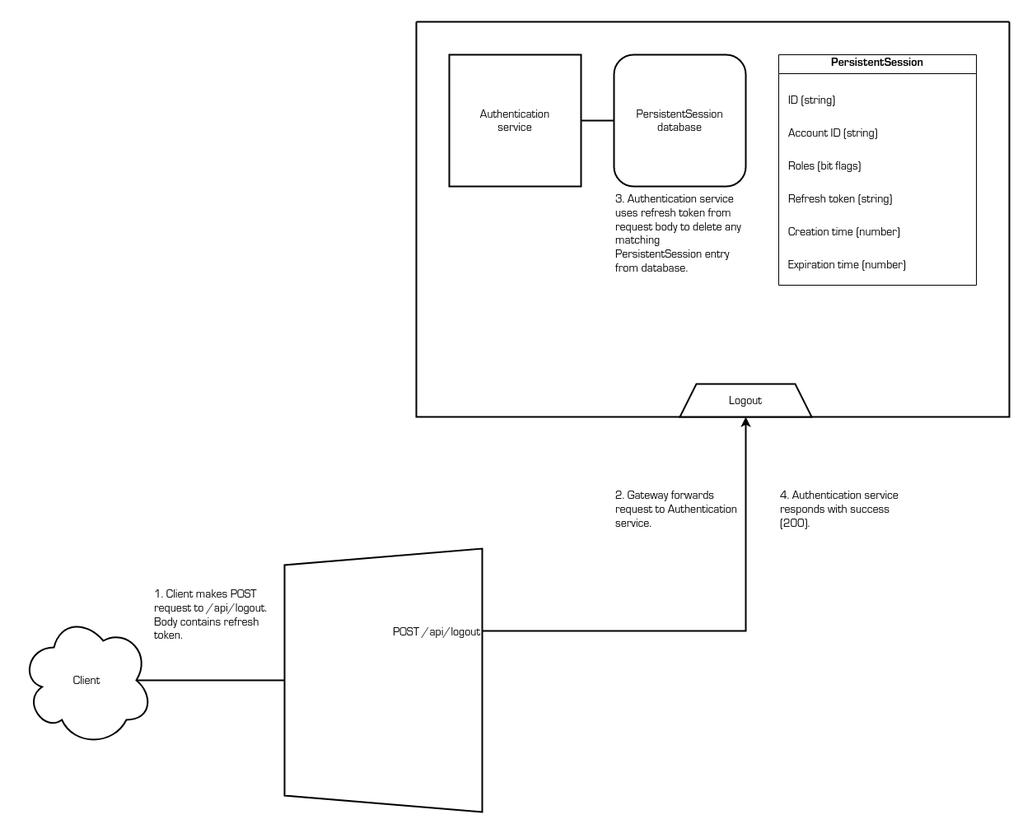
The draw.io diagram docs/logout-flow.png in shinhugh/base, before a commit. Source tidied: cells renumbered, new cells last; positions are measured from the earlier drawing's top-left corner, leaving out a move shared by most shapes.
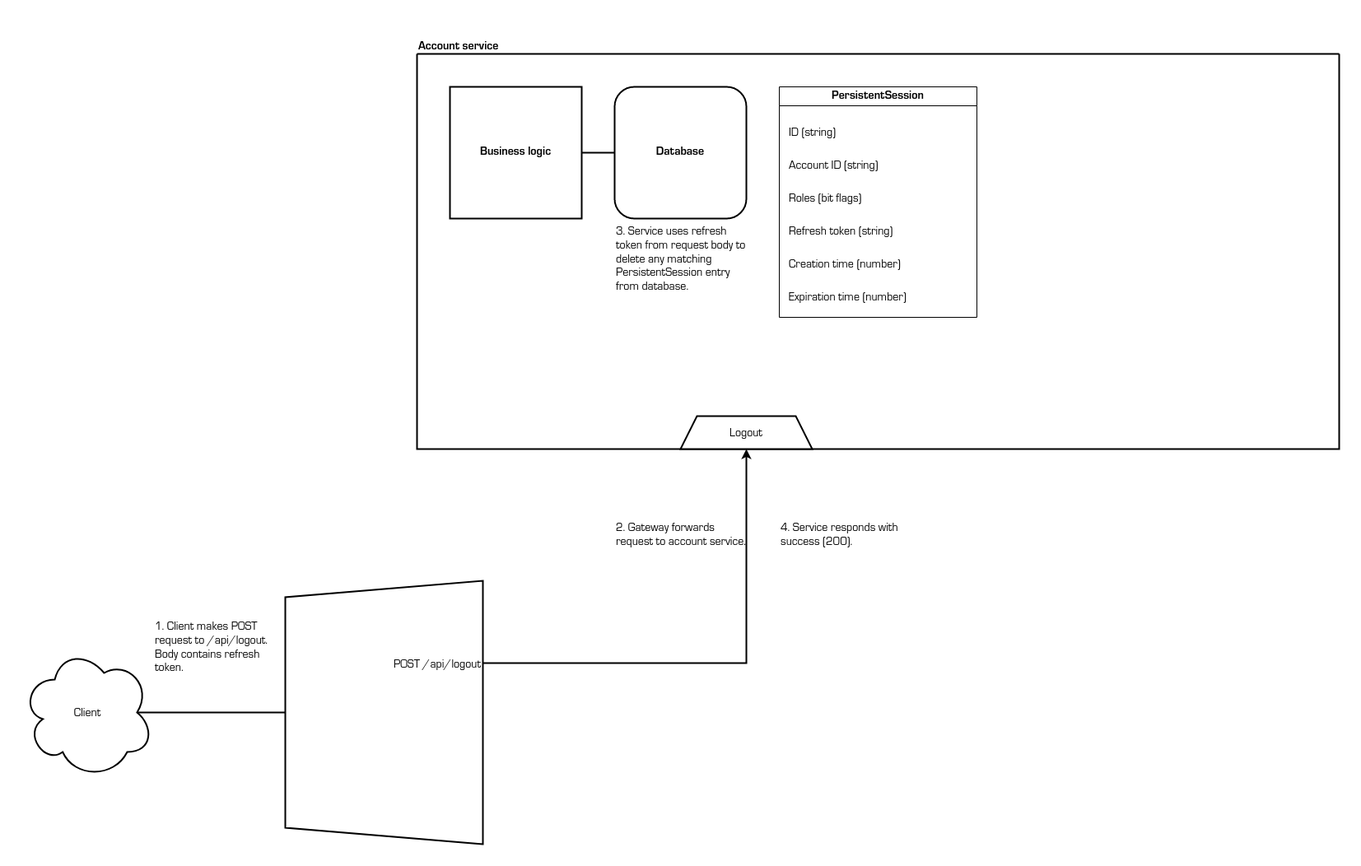
Later version of the same file.

Diff of the diagram source:
```diff
@@ -3,12 +3,12 @@
     <mxCell id="0" />
     <mxCell id="1" parent="0" />
     <mxCell id="2" style="swimlane;startSize=0;strokeWidth=2;" parent="1" vertex="1">
-      <mxGeometry x="480" width="720" height="480" as="geometry" />
+      <mxGeometry x="480" width="1120" height="480" as="geometry" />
     </mxCell>
-    <mxCell id="3" value="Authentication&#10;service" style="whiteSpace=wrap;strokeWidth=2;fontFamily=Lucida Console;fontSize=14;" parent="2" vertex="1">
+    <mxCell id="3" value="Business logic" style="whiteSpace=wrap;strokeWidth=2;fontFamily=Lucida Console;fontSize=14;fontStyle=1;" parent="2" vertex="1">
       <mxGeometry x="40" y="40" width="160" height="160" as="geometry" />
     </mxCell>
-    <mxCell id="4" value="PersistentSession&#10;database" style="rounded=1;whiteSpace=wrap;strokeWidth=2;fontFamily=Lucida Console;fontSize=14;" parent="2" vertex="1">
+    <mxCell id="4" value="Database" style="rounded=1;whiteSpace=wrap;strokeWidth=2;fontFamily=Lucida Console;fontSize=14;fontStyle=1;" parent="2" vertex="1">
       <mxGeometry x="240" y="40" width="160" height="160" as="geometry" />
     </mxCell>
     <mxCell id="5" value="PersistentSession" style="swimlane;whiteSpace=wrap;fontFamily=Lucida Console;fontSize=14;" parent="2" vertex="1">
@@ -38,7 +38,7 @@
     <mxCell id="13" style="endArrow=none;html=1;rounded=0;strokeWidth=2;entryX=1;entryY=0.5;entryDx=0;entryDy=0;exitX=0;exitY=0.5;exitDx=0;exitDy=0;" parent="2" edge="1" source="4" target="3">
       <mxGeometry relative="1" as="geometry" />
     </mxCell>
-    <mxCell id="14" value="3. Authentication service uses refresh token from request body to delete any matching PersistentSession entry from database." style="text;strokeColor=none;fillColor=none;align=left;verticalAlign=top;rounded=0;fontSize=14;fontFamily=Lucida Console;whiteSpace=wrap;" parent="2" vertex="1">
+    <mxCell id="14" value="3. Service uses refresh token from request body to delete any matching PersistentSession entry from database." style="text;strokeColor=none;fillColor=none;align=left;verticalAlign=top;rounded=0;fontSize=14;fontFamily=Lucida Console;whiteSpace=wrap;" parent="2" vertex="1">
       <mxGeometry x="240" y="200" width="160" height="120" as="geometry" />
     </mxCell>
     <mxCell id="15" style="group;" parent="1" vertex="1">
@@ -66,11 +66,14 @@
     <mxCell id="21" value="1. Client makes POST request to /api/logout. Body contains refresh token." style="text;strokeColor=none;fillColor=none;align=left;verticalAlign=top;rounded=0;fontSize=14;fontFamily=Lucida Console;whiteSpace=wrap;" parent="1" vertex="1">
       <mxGeometry x="160" y="680" width="160" height="80" as="geometry" />
     </mxCell>
-    <mxCell id="22" value="2. Gateway forwards request to Authentication service." style="text;strokeColor=none;fillColor=none;align=left;verticalAlign=top;rounded=0;fontSize=14;fontFamily=Lucida Console;whiteSpace=wrap;" parent="1" vertex="1">
+    <mxCell id="22" value="2. Gateway forwards request to account service." style="text;strokeColor=none;fillColor=none;align=left;verticalAlign=top;rounded=0;fontSize=14;fontFamily=Lucida Console;whiteSpace=wrap;" parent="1" vertex="1">
       <mxGeometry x="720" y="560" width="160" height="80" as="geometry" />
     </mxCell>
-    <mxCell id="23" value="4. Authentication service responds with success (200)." style="text;strokeColor=none;fillColor=none;align=left;verticalAlign=top;rounded=0;fontSize=14;fontFamily=Lucida Console;whiteSpace=wrap;" parent="1" vertex="1">
+    <mxCell id="23" value="4. Service responds with success (200)." style="text;strokeColor=none;fillColor=none;align=left;verticalAlign=top;rounded=0;fontSize=14;fontFamily=Lucida Console;whiteSpace=wrap;" parent="1" vertex="1">
       <mxGeometry x="920" y="560" width="160" height="80" as="geometry" />
     </mxCell>
+    <mxCell id="24" value="Account service" style="text;strokeColor=none;fillColor=none;align=left;verticalAlign=bottom;rounded=0;fontSize=14;fontFamily=Lucida Console;fontStyle=1;" parent="1" vertex="1">
+      <mxGeometry x="480" y="-40" width="120" height="40" as="geometry" />
+    </mxCell>
   </root>
 </mxGraphModel>
```
